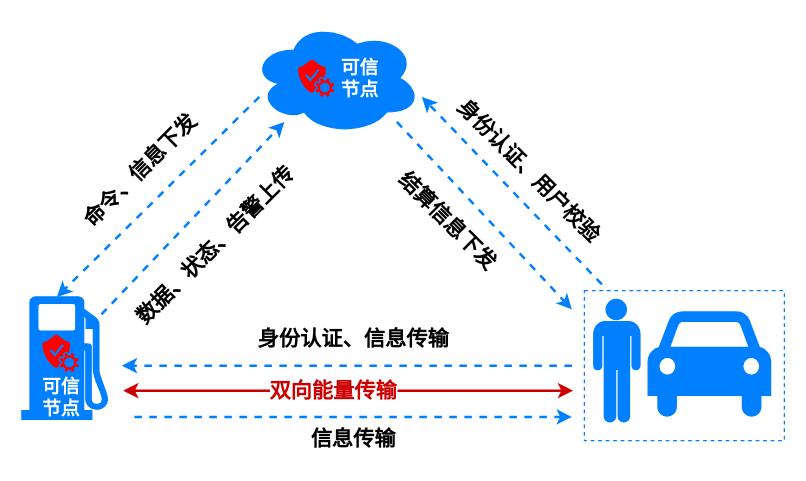
Above: 充电桩.drawio in Ltuzhi/diagrams (draw.io), before the change. Source tidied: cells renumbered, new cells numbered last; positions are measured from the earlier drawing's top-left corner, leaving out a move shared by most shapes. Both pictures are drawn from the tidied source at 125%, with x=0, y=0 at pixel (21, 21).
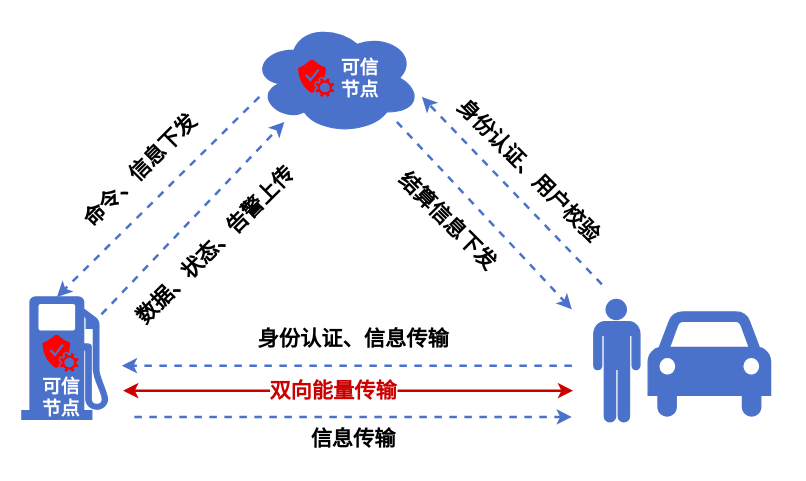
Above is the later version.

The edit, as a diff of the source:
```diff
@@
-    <mxCell id="2" style="rounded=0;whiteSpace=wrap;html=1;labelBackgroundColor=none;fontSize=14;fontColor=#007FFF;fillColor=none;dashed=1;strokeColor=#007FFF;" parent="1" vertex="1">
-      <mxGeometry x="450" y="215" width="160" height="120" as="geometry" />
-    </mxCell>
-    <mxCell id="3" style="shape=mxgraph.signs.people.man_1;html=1;verticalLabelPosition=bottom;verticalAlign=top;align=center;fillColor=#007FFF;strokeColor=#007FFF;" parent="1" vertex="1">
+    <mxCell id="3" style="shape=mxgraph.signs.people.man_1;html=1;verticalLabelPosition=bottom;verticalAlign=top;align=center;fillColor=#4B72CB;strokeColor=#4B72CB;" parent="1" vertex="1">
       <mxGeometry x="457.5" y="222" width="37" height="98" as="geometry" />
     </mxCell>
-    <mxCell id="4" style="shape=mxgraph.signs.transportation.gas_1;html=1;verticalLabelPosition=bottom;verticalAlign=top;align=center;fillColor=#007FFF;strokeColor=#007FFF;" parent="1" vertex="1">
+    <mxCell id="4" style="shape=mxgraph.signs.transportation.gas_1;html=1;verticalLabelPosition=bottom;verticalAlign=top;align=center;fillColor=#4B72CB;strokeColor=#4B72CB;" parent="1" vertex="1">
       <mxGeometry y="220" width="68.5" height="98" as="geometry" />
     </mxCell>
-    <mxCell id="5" style="ellipse;shape=cloud;whiteSpace=wrap;html=1;labelBorderColor=none;labelBackgroundColor=none;strokeColor=#007FFF;fillColor=#007FFF;" parent="1" vertex="1">
+    <mxCell id="5" style="ellipse;shape=cloud;whiteSpace=wrap;html=1;labelBorderColor=none;labelBackgroundColor=none;fillColor=#4B72CB;strokeColor=#4B72CB;" parent="1" vertex="1">
       <mxGeometry x="184" width="135" height="90" as="geometry" />
     </mxCell>
-    <mxCell id="6" style="endArrow=classic;html=1;entryX=0.41;entryY=0;entryDx=0;entryDy=0;entryPerimeter=0;strokeWidth=2;dashed=1;strokeColor=#007FFF;" parent="1" edge="1" target="4">
+    <mxCell id="6" style="endArrow=classic;html=1;entryX=0.41;entryY=0;entryDx=0;entryDy=0;entryPerimeter=0;strokeWidth=2;dashed=1;strokeColor=#4B72CB;" parent="1" edge="1" target="4">
       <mxGeometry relative="1" as="geometry">
         <mxPoint x="190" y="60" as="sourcePoint" />
       </mxGeometry>
     </mxCell>
@@
-    <mxCell id="8" style="endArrow=classic;html=1;dashed=1;fontSize=14;strokeWidth=2;exitX=0.929;exitY=0.143;exitDx=0;exitDy=0;exitPerimeter=0;strokeColor=#007FFF;" parent="1" edge="1" source="4">
+    <mxCell id="8" style="endArrow=classic;html=1;dashed=1;fontSize=14;strokeWidth=2;exitX=0.929;exitY=0.143;exitDx=0;exitDy=0;exitPerimeter=0;strokeColor=#4B72CB;" parent="1" edge="1" source="4">
       <mxGeometry relative="1" as="geometry">
         <mxPoint x="210" y="80" as="targetPoint" />
       </mxGeometry>
     </mxCell>
-    <mxCell id="9" style="endArrow=classic;html=1;entryX=0.41;entryY=0;entryDx=0;entryDy=0;entryPerimeter=0;strokeWidth=2;dashed=1;strokeColor=#007FFF;" parent="1" edge="1">
+    <mxCell id="9" style="endArrow=classic;html=1;entryX=0.41;entryY=0;entryDx=0;entryDy=0;entryPerimeter=0;strokeWidth=2;dashed=1;strokeColor=#4B72CB;" parent="1" edge="1">
       <mxGeometry relative="1" as="geometry">
         <mxPoint x="440" y="275" as="sourcePoint" />
         <mxPoint x="80" y="275" as="targetPoint" />
       </mxGeometry>
     </mxCell>
-    <mxCell id="10" style="endArrow=classic;html=1;dashed=1;fontSize=14;strokeWidth=2;exitX=0.929;exitY=0.143;exitDx=0;exitDy=0;exitPerimeter=0;strokeColor=#007FFF;" parent="1" edge="1">
+    <mxCell id="10" style="endArrow=classic;html=1;dashed=1;fontSize=14;strokeWidth=2;exitX=0.929;exitY=0.143;exitDx=0;exitDy=0;exitPerimeter=0;strokeColor=#4B72CB;" parent="1" edge="1">
       <mxGeometry relative="1" as="geometry">
         <mxPoint x="90" y="316" as="sourcePoint" />
         <mxPoint x="440" y="316" as="targetPoint" />
       </mxGeometry>
     </mxCell>
-    <mxCell id="11" style="endArrow=classic;html=1;strokeWidth=2;dashed=1;strokeColor=#007FFF;" parent="1" edge="1">
+    <mxCell id="11" style="endArrow=classic;html=1;strokeWidth=2;dashed=1;strokeColor=#4B72CB;" parent="1" edge="1">
       <mxGeometry relative="1" as="geometry">
         <mxPoint x="300" y="80" as="sourcePoint" />
         <mxPoint x="440" y="230" as="targetPoint" />
       </mxGeometry>
     </mxCell>
-    <mxCell id="12" style="endArrow=classic;html=1;dashed=1;fontSize=14;strokeWidth=2;strokeColor=#007FFF;" parent="1" edge="1">
+    <mxCell id="12" style="endArrow=classic;html=1;dashed=1;fontSize=14;strokeWidth=2;strokeColor=#4B72CB;" parent="1" edge="1">
       <mxGeometry relative="1" as="geometry">
         <mxPoint x="464" y="210" as="sourcePoint" />
         <mxPoint x="320" y="60" as="targetPoint" />
       </mxGeometry>
     </mxCell>
@@
-    <mxCell id="16" style="shape=mxgraph.signs.transportation.car_4;html=1;verticalLabelPosition=bottom;verticalAlign=top;align=center;labelBackgroundColor=none;fontSize=14;fontColor=#007FFF;fillColor=#007FFF;strokeColor=#007FFF;" parent="1" vertex="1">
+    <mxCell id="16" style="shape=mxgraph.signs.transportation.car_4;html=1;verticalLabelPosition=bottom;verticalAlign=top;align=center;labelBackgroundColor=none;fontSize=14;fillColor=#4B72CB;strokeColor=#4B72CB;" parent="1" vertex="1">
       <mxGeometry x="501" y="232" width="98" height="86" as="geometry" />
     </mxCell>
```
